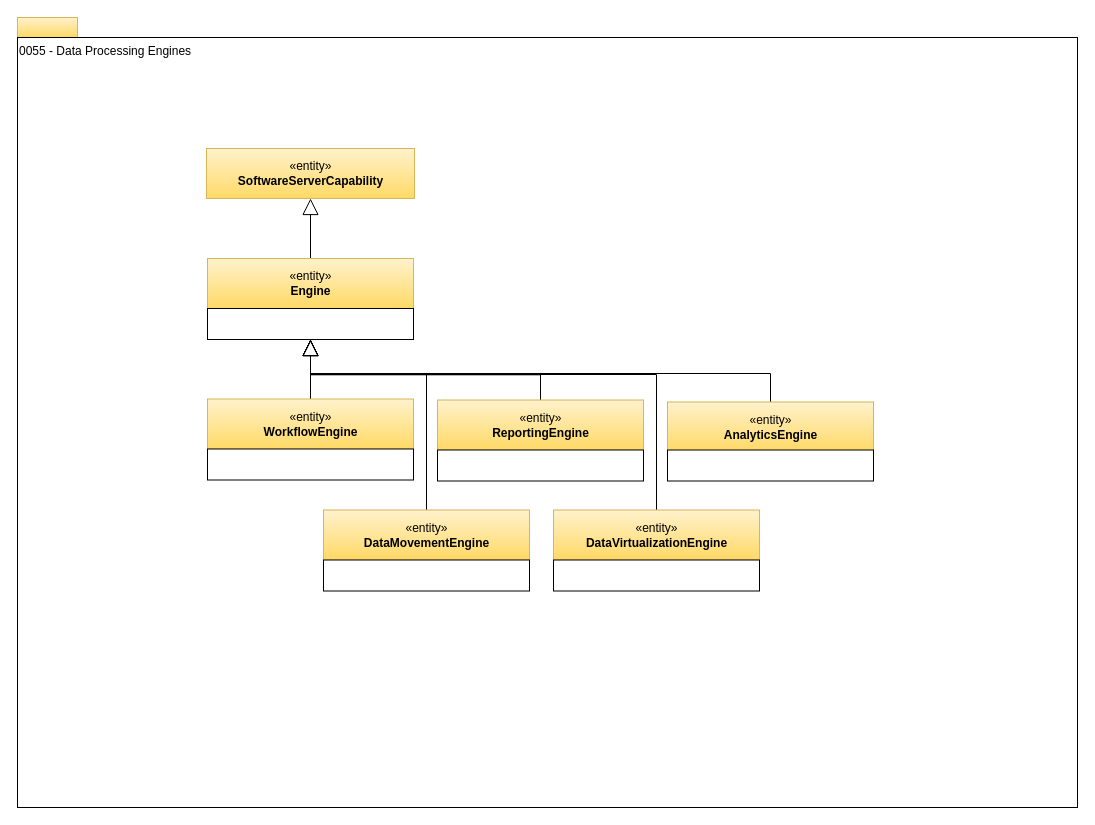
This is page "0055-Data-Processing-Engines" (28 of 32) of site/docs/types/0/area-0-basic-types-and-infrastructure.drawio from odpi/egeria-docs, a draw.io file, before an edit. Source tidied: cells renumbered, new cells numbered last; positions are measured from the earlier drawing's top-left corner, leaving out a move shared by most shapes. Both pictures are drawn from the tidied source at 100%, with x=0, y=0 at pixel (17, 17).
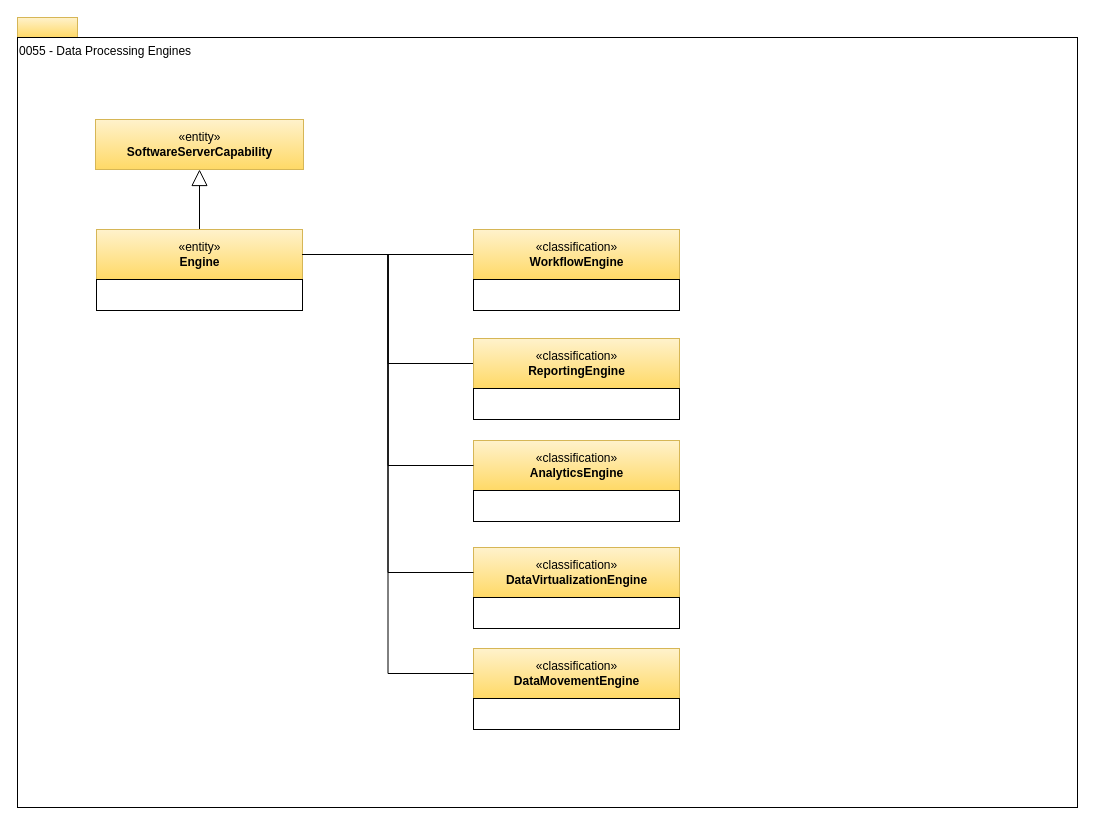
Above is the later version.

What changed in the source:
```diff
@@
+    <mxCell id="23" style="edgeStyle=orthogonalEdgeStyle;rounded=0;jettySize=auto;html=1;exitX=1;exitY=0.5;exitDx=0;exitDy=0;entryX=0;entryY=0.5;entryDx=0;entryDy=0;endArrow=none;endFill=0;" parent="1" edge="1" source="5" target="12">
+      <mxGeometry relative="1" as="geometry" />
+    </mxCell>
     <mxCell id="5" value="«entity»&lt;br&gt;&lt;b&gt;Engine&lt;/b&gt;" style="html=1;strokeColor=#d6b656;align=center;fillColor=#fff2cc;gradientColor=#ffd966;" parent="1" vertex="1">
-      <mxGeometry x="190" y="241" width="206" height="50" as="geometry" />
+      <mxGeometry x="79" y="212" width="206" height="50" as="geometry" />
     </mxCell>
     <mxCell id="6" style="rounded=0;whiteSpace=wrap;html=1;strokeColor=#000000;gradientColor=#ffffff;align=center;" parent="1" vertex="1">
-      <mxGeometry x="190" y="291" width="206" height="31" as="geometry" />
+      <mxGeometry x="79" y="262" width="206" height="31" as="geometry" />
     </mxCell>
     <mxCell id="7" value="«entity»&lt;br&gt;&lt;b&gt;SoftwareServerCapability&lt;/b&gt;" style="html=1;strokeColor=#d6b656;align=center;fillColor=#fff2cc;gradientColor=#ffd966;" parent="1" vertex="1">
-      <mxGeometry x="189" y="131" width="208" height="50" as="geometry" />
+      <mxGeometry x="78" y="102" width="208" height="50" as="geometry" />
     </mxCell>
-    <mxCell id="8" style="edgeStyle=orthogonalEdgeStyle;rounded=0;jettySize=auto;html=1;exitX=0.5;exitY=0;exitDx=0;exitDy=0;endArrow=block;endFill=0;endSize=14;" parent="1" edge="1" source="9" target="6">
-      <mxGeometry relative="1" as="geometry" />
-    </mxCell>
+    <mxCell id="24" style="edgeStyle=orthogonalEdgeStyle;rounded=0;jettySize=auto;html=1;exitX=0;exitY=0.5;exitDx=0;exitDy=0;entryX=1;entryY=0.5;entryDx=0;entryDy=0;endArrow=none;endFill=0;" parent="1" edge="1" source="9" target="5">
+      <mxGeometry relative="1" as="geometry" />
+    </mxCell>
-    <mxCell id="9" value="«entity»&lt;br&gt;&lt;b&gt;WorkflowEngine&lt;/b&gt;" style="html=1;strokeColor=#d6b656;align=center;fillColor=#fff2cc;gradientColor=#ffd966;" parent="1" vertex="1">
-      <mxGeometry x="190" y="381.5" width="206" height="50" as="geometry" />
+    <mxCell id="9" value="«classification»&lt;br&gt;&lt;b&gt;WorkflowEngine&lt;/b&gt;" style="html=1;strokeColor=#d6b656;align=center;fillColor=#fff2cc;gradientColor=#ffd966;" parent="1" vertex="1">
+      <mxGeometry x="456" y="212" width="206" height="50" as="geometry" />
     </mxCell>
     <mxCell id="10" style="rounded=0;whiteSpace=wrap;html=1;strokeColor=#000000;gradientColor=#ffffff;align=center;" parent="1" vertex="1">
-      <mxGeometry x="190" y="431.5" width="206" height="31" as="geometry" />
+      <mxGeometry x="456" y="262" width="206" height="31" as="geometry" />
     </mxCell>
-    <mxCell id="11" style="edgeStyle=orthogonalEdgeStyle;rounded=0;jettySize=auto;html=1;exitX=0.5;exitY=0;exitDx=0;exitDy=0;endArrow=block;endFill=0;endSize=14;" parent="1" edge="1" source="12" target="6">
-      <mxGeometry relative="1" as="geometry" />
-    </mxCell>
-    <mxCell id="12" value="«entity»&lt;br&gt;&lt;b&gt;ReportingEngine&lt;/b&gt;" style="html=1;strokeColor=#d6b656;align=center;fillColor=#fff2cc;gradientColor=#ffd966;" parent="1" vertex="1">
-      <mxGeometry x="420" y="382.5" width="206" height="50" as="geometry" />
+    <mxCell id="12" value="«classification»&lt;br&gt;&lt;b&gt;ReportingEngine&lt;/b&gt;" style="html=1;strokeColor=#d6b656;align=center;fillColor=#fff2cc;gradientColor=#ffd966;" parent="1" vertex="1">
+      <mxGeometry x="456" y="321" width="206" height="50" as="geometry" />
     </mxCell>
     <mxCell id="13" style="rounded=0;whiteSpace=wrap;html=1;strokeColor=#000000;gradientColor=#ffffff;align=center;" parent="1" vertex="1">
-      <mxGeometry x="420" y="432.5" width="206" height="31" as="geometry" />
+      <mxGeometry x="456" y="371" width="206" height="31" as="geometry" />
     </mxCell>
-    <mxCell id="14" style="edgeStyle=orthogonalEdgeStyle;rounded=0;jettySize=auto;html=1;exitX=0.5;exitY=0;exitDx=0;exitDy=0;endArrow=block;endFill=0;endSize=14;" parent="1" edge="1" source="15" target="6">
-      <mxGeometry relative="1" as="geometry">
-        <Array as="points">
-          <mxPoint x="753" y="356" />
-          <mxPoint x="293" y="356" />
-        </Array>
-      </mxGeometry>
-    </mxCell>
-    <mxCell id="15" value="«entity»&lt;br&gt;&lt;b&gt;AnalyticsEngine&lt;/b&gt;" style="html=1;strokeColor=#d6b656;align=center;fillColor=#fff2cc;gradientColor=#ffd966;" parent="1" vertex="1">
-      <mxGeometry x="650" y="384.5" width="206" height="50" as="geometry" />
+    <mxCell id="15" value="«classification»&lt;br&gt;&lt;b&gt;AnalyticsEngine&lt;/b&gt;" style="html=1;strokeColor=#d6b656;align=center;fillColor=#fff2cc;gradientColor=#ffd966;" parent="1" vertex="1">
+      <mxGeometry x="456" y="423" width="206" height="50" as="geometry" />
     </mxCell>
     <mxCell id="16" style="rounded=0;whiteSpace=wrap;html=1;strokeColor=#000000;gradientColor=#ffffff;align=center;" parent="1" vertex="1">
-      <mxGeometry x="650" y="432.5" width="206" height="31" as="geometry" />
+      <mxGeometry x="456" y="473" width="206" height="31" as="geometry" />
     </mxCell>
-    <mxCell id="17" style="edgeStyle=orthogonalEdgeStyle;rounded=0;jettySize=auto;html=1;exitX=0.5;exitY=0;exitDx=0;exitDy=0;endArrow=block;endFill=0;endSize=14;" parent="1" edge="1" source="18" target="6">
-      <mxGeometry relative="1" as="geometry">
-        <Array as="points">
-          <mxPoint x="639" y="357" />
-          <mxPoint x="293" y="357" />
-        </Array>
-      </mxGeometry>
-    </mxCell>
-    <mxCell id="18" value="«entity»&lt;br&gt;&lt;b&gt;DataVirtualizationEngine&lt;/b&gt;" style="html=1;strokeColor=#d6b656;align=center;fillColor=#fff2cc;gradientColor=#ffd966;" parent="1" vertex="1">
-      <mxGeometry x="536" y="492.5" width="206" height="50" as="geometry" />
+    <mxCell id="18" value="«classification»&lt;br&gt;&lt;b&gt;DataVirtualizationEngine&lt;/b&gt;" style="html=1;strokeColor=#d6b656;align=center;fillColor=#fff2cc;gradientColor=#ffd966;" parent="1" vertex="1">
+      <mxGeometry x="456" y="530" width="206" height="50" as="geometry" />
     </mxCell>
     <mxCell id="19" style="rounded=0;whiteSpace=wrap;html=1;strokeColor=#000000;gradientColor=#ffffff;align=center;" parent="1" vertex="1">
-      <mxGeometry x="536" y="542.5" width="206" height="31" as="geometry" />
+      <mxGeometry x="456" y="580" width="206" height="31" as="geometry" />
     </mxCell>
-    <mxCell id="20" style="edgeStyle=orthogonalEdgeStyle;rounded=0;jettySize=auto;html=1;exitX=0.5;exitY=0;exitDx=0;exitDy=0;endArrow=block;endFill=0;endSize=14;" parent="1" edge="1" source="21" target="6">
-      <mxGeometry relative="1" as="geometry">
-        <Array as="points">
-          <mxPoint x="409" y="356" />
-          <mxPoint x="293" y="356" />
-        </Array>
-      </mxGeometry>
-    </mxCell>
-    <mxCell id="21" value="«entity»&lt;br&gt;&lt;b&gt;DataMovementEngine&lt;/b&gt;" style="html=1;strokeColor=#d6b656;align=center;fillColor=#fff2cc;gradientColor=#ffd966;" parent="1" vertex="1">
-      <mxGeometry x="306" y="492.5" width="206" height="50" as="geometry" />
+    <mxCell id="21" value="«classification»&lt;br&gt;&lt;b&gt;DataMovementEngine&lt;/b&gt;" style="html=1;strokeColor=#d6b656;align=center;fillColor=#fff2cc;gradientColor=#ffd966;" parent="1" vertex="1">
+      <mxGeometry x="456" y="631" width="206" height="50" as="geometry" />
     </mxCell>
     <mxCell id="22" style="rounded=0;whiteSpace=wrap;html=1;strokeColor=#000000;gradientColor=#ffffff;align=center;" parent="1" vertex="1">
-      <mxGeometry x="306" y="542.5" width="206" height="31" as="geometry" />
+      <mxGeometry x="456" y="681" width="206" height="31" as="geometry" />
     </mxCell>
+    <mxCell id="25" style="edgeStyle=orthogonalEdgeStyle;rounded=0;jettySize=auto;html=1;exitX=1;exitY=0.5;exitDx=0;exitDy=0;entryX=0;entryY=0.5;entryDx=0;entryDy=0;endArrow=none;endFill=0;" parent="1" edge="1" source="5" target="15">
+      <mxGeometry relative="1" as="geometry" />
+    </mxCell>
+    <mxCell id="26" style="edgeStyle=orthogonalEdgeStyle;rounded=0;jettySize=auto;html=1;exitX=1;exitY=0.5;exitDx=0;exitDy=0;entryX=0;entryY=0.5;entryDx=0;entryDy=0;endArrow=none;endFill=0;" parent="1" edge="1" source="5" target="18">
+      <mxGeometry relative="1" as="geometry" />
+    </mxCell>
+    <mxCell id="27" style="edgeStyle=orthogonalEdgeStyle;rounded=0;jettySize=auto;html=1;exitX=1;exitY=0.5;exitDx=0;exitDy=0;entryX=0;entryY=0.5;entryDx=0;entryDy=0;endArrow=none;endFill=0;" parent="1" edge="1" source="5" target="21">
+      <mxGeometry relative="1" as="geometry" />
+    </mxCell>
```
